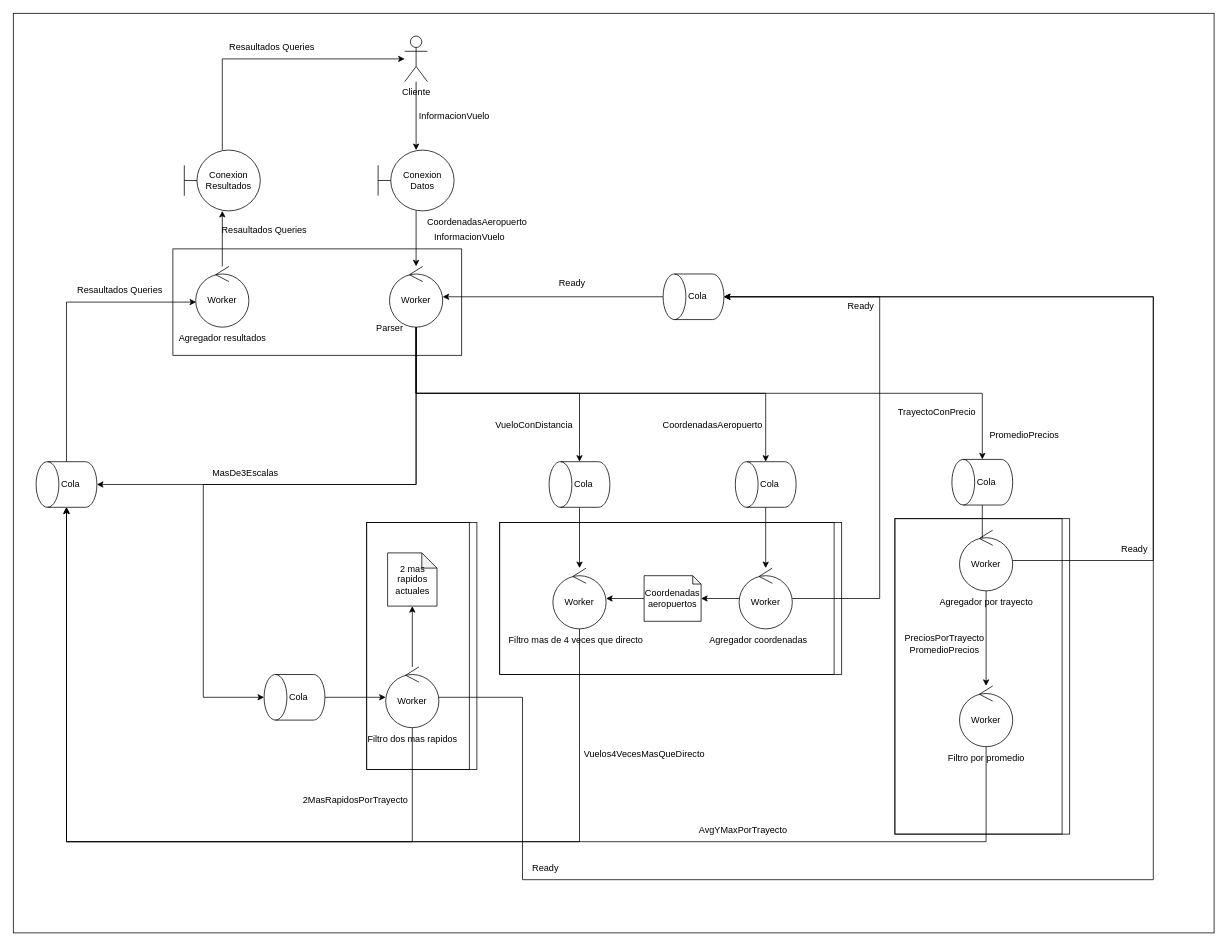
Above: page "DiagramaRobustez" (2 of 4) of docs/diagramas/DAG_ROB_DESP.drawio in FranciscoPereira987/tp1-distribuidos-grupo5 (draw.io), before the change. Source tidied: cells renumbered, new cells numbered last; positions are measured from the earlier drawing's top-left corner, leaving out a move shared by most shapes. Both pictures are drawn from the tidied source at 76%, with x=0, y=0 at pixel (13, 13).
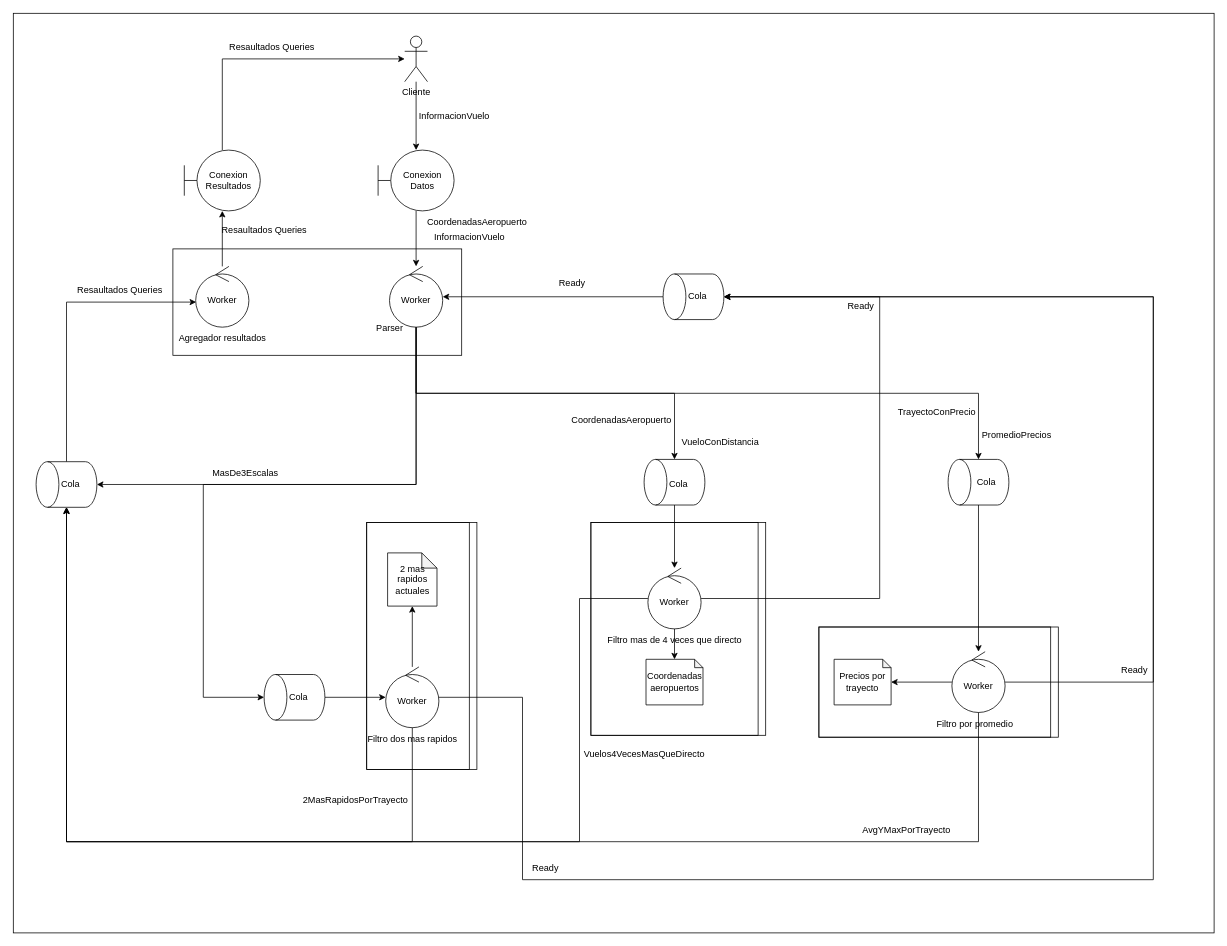
The same diagram, later.

Commit message (it also covers changes not shown here):
fix diagrama robustez

Unchanged cells that the change refers to:
```xml
<mxCell id="20" style="shape=cylinder3;whiteSpace=wrap;html=1;boundedLbl=1;backgroundOutline=1;size=15;rotation=-90;" parent="1" vertex="1">
  <mxGeometry x="40" y="580" width="60" height="80" as="geometry" />
</mxCell>
<mxCell id="28" value="Worker" style="ellipse;shape=umlControl;whiteSpace=wrap;html=1;" parent="1" vertex="1">
  <mxGeometry x="495" y="333" width="70" height="80" as="geometry" />
</mxCell>
<mxCell id="78" style="shape=cylinder3;whiteSpace=wrap;html=1;boundedLbl=1;backgroundOutline=1;size=15;rotation=-90;" parent="1" vertex="1">
  <mxGeometry x="865" y="333" width="60" height="80" as="geometry" />
</mxCell>
```

Change to the diagram source:
```diff
@@
+    <mxCell id="5" style="rounded=0;whiteSpace=wrap;html=1;fillColor=none;" parent="1" vertex="1">
+      <mxGeometry x="1060" y="807.5" width="315" height="145" as="geometry" />
+    </mxCell>
@@
     <mxCell id="4" style="rounded=0;whiteSpace=wrap;html=1;fillColor=none;" parent="1" vertex="1">
-      <mxGeometry x="1160" y="665" width="220" height="415" as="geometry" />
+      <mxGeometry x="1060" y="807.5" width="305" height="145" as="geometry" />
     </mxCell>
-    <mxCell id="5" style="rounded=0;whiteSpace=wrap;html=1;fillColor=none;" parent="1" vertex="1">
-      <mxGeometry x="1160" y="665" width="230" height="415" as="geometry" />
-    </mxCell>
@@
     <mxCell id="8" style="rounded=0;whiteSpace=wrap;html=1;fillColor=none;" parent="1" vertex="1">
-      <mxGeometry x="640" y="670" width="440" height="200" as="geometry" />
+      <mxGeometry x="760" y="670" width="230" height="280" as="geometry" />
     </mxCell>
     <mxCell id="9" style="rounded=0;whiteSpace=wrap;html=1;fillColor=none;" parent="1" vertex="1">
-      <mxGeometry x="640" y="670" width="450" height="200" as="geometry" />
+      <mxGeometry x="760" y="670" width="220" height="280" as="geometry" />
     </mxCell>
@@
-    <mxCell id="13" style="edgeStyle=orthogonalEdgeStyle;rounded=0;jettySize=auto;html=1;" parent="1" edge="1" source="35">
-      <mxGeometry relative="1" as="geometry">
-        <mxPoint x="1275" y="750" as="targetPoint" />
-      </mxGeometry>
+    <mxCell id="13" style="edgeStyle=orthogonalEdgeStyle;rounded=0;jettySize=auto;html=1;" parent="1" edge="1" source="35" target="31">
+      <mxGeometry relative="1" as="geometry" />
     </mxCell>
     <mxCell id="14" value="Filtro mas de 4 veces que directo" style="text;html=1;align=center;verticalAlign=middle;strokeColor=none;fillColor=none;" parent="1" vertex="1">
-      <mxGeometry x="650" y="810" width="180" height="30" as="geometry" />
+      <mxGeometry x="780" y="810" width="180" height="30" as="geometry" />
     </mxCell>
-    <mxCell id="15" value="Agregador por trayecto" style="text;html=1;align=center;verticalAlign=middle;strokeColor=none;fillColor=none;" parent="1" vertex="1">
-      <mxGeometry x="1210" y="760" width="140" height="30" as="geometry" />
-    </mxCell>
@@
     <mxCell id="23" value="Coordenadas aeropuertos" style="shape=note;whiteSpace=wrap;html=1;backgroundOutline=1;darkOpacity=0.05;size=11;" parent="1" vertex="1">
-      <mxGeometry x="830" y="740" width="75" height="60" as="geometry" />
+      <mxGeometry x="832.5" y="850" width="75" height="60" as="geometry" />
     </mxCell>
@@
     <mxCell id="26" value="VueloConDistancia" style="text;html=1;align=center;verticalAlign=middle;strokeColor=none;fillColor=none;" parent="1" vertex="1">
-      <mxGeometry x="625" y="527" width="120" height="30" as="geometry" />
+      <mxGeometry x="870" y="550" width="120" height="30" as="geometry" />
     </mxCell>
@@
-    <mxCell id="30" value="Worker" style="ellipse;shape=umlControl;whiteSpace=wrap;html=1;" parent="1" vertex="1">
-      <mxGeometry x="710" y="730" width="70" height="80" as="geometry" />
-    </mxCell>
+    <mxCell id="85" style="edgeStyle=orthogonalEdgeStyle;rounded=0;jettySize=auto;html=1;" parent="1" edge="1" source="31" target="86">
+      <mxGeometry relative="1" as="geometry" />
+    </mxCell>
     <mxCell id="31" value="Worker" style="ellipse;shape=umlControl;whiteSpace=wrap;html=1;" parent="1" vertex="1">
-      <mxGeometry x="1245" y="680" width="70" height="80" as="geometry" />
+      <mxGeometry x="1235" y="840" width="70" height="80" as="geometry" />
     </mxCell>
-    <mxCell id="32" style="edgeStyle=orthogonalEdgeStyle;rounded=0;jettySize=auto;html=1;" parent="1" edge="1" source="33" target="30">
-      <mxGeometry relative="1" as="geometry" />
+    <mxCell id="32" style="edgeStyle=orthogonalEdgeStyle;rounded=0;jettySize=auto;html=1;" parent="1" edge="1" source="33" target="61">
+      <mxGeometry relative="1" as="geometry">
+        <Array as="points">
+          <mxPoint x="860" y="620" />
+        </Array>
+      </mxGeometry>
     </mxCell>
     <mxCell id="33" style="shape=cylinder3;whiteSpace=wrap;html=1;boundedLbl=1;backgroundOutline=1;size=15;rotation=-90;" parent="1" vertex="1">
-      <mxGeometry x="715" y="580" width="60" height="80" as="geometry" />
+      <mxGeometry x="840" y="577" width="60" height="80" as="geometry" />
     </mxCell>
     <mxCell id="34" value="Cola" style="text;html=1;align=center;verticalAlign=middle;strokeColor=none;fillColor=none;" parent="1" vertex="1">
-      <mxGeometry x="725" y="605" width="50" height="30" as="geometry" />
+      <mxGeometry x="850" y="605" width="50" height="30" as="geometry" />
     </mxCell>
     <mxCell id="35" style="shape=cylinder3;whiteSpace=wrap;html=1;boundedLbl=1;backgroundOutline=1;size=15;rotation=-90;" parent="1" vertex="1">
-      <mxGeometry x="1245" y="577" width="60" height="80" as="geometry" />
+      <mxGeometry x="1240" y="577" width="60" height="80" as="geometry" />
     </mxCell>
@@
     <mxCell id="39" style="endArrow=classic;html=1;rounded=0;" parent="1" edge="1" source="28" target="33">
       <mxGeometry relative="1" as="geometry">
         <Array as="points">
           <mxPoint x="530" y="500" />
-          <mxPoint x="745" y="500" />
+          <mxPoint x="870" y="500" />
         </Array>
       </mxGeometry>
     </mxCell>
     <mxCell id="40" style="endArrow=classic;html=1;rounded=0;" parent="1" edge="1" source="28" target="35">
       <mxGeometry relative="1" as="geometry">
         <Array as="points">
           <mxPoint x="530" y="500" />
-          <mxPoint x="1275" y="500" />
+          <mxPoint x="1270" y="500" />
         </Array>
       </mxGeometry>
     </mxCell>
@@
-    <mxCell id="43" style="endArrow=classic;html=1;rounded=0;" parent="1" edge="1" source="30" target="20">
+    <mxCell id="43" style="endArrow=classic;html=1;rounded=0;" parent="1" edge="1" source="61" target="20">
       <mxGeometry relative="1" as="geometry">
         <Array as="points">
+          <mxPoint x="745" y="770" />
           <mxPoint x="745" y="1090" />
           <mxPoint x="70" y="1090" />
         </Array>
       </mxGeometry>
     </mxCell>
@@
     <mxCell id="56" value="CoordenadasAeropuerto" style="text;html=1;align=center;verticalAlign=middle;strokeColor=none;fillColor=none;" parent="1" vertex="1">
-      <mxGeometry x="850" y="527" width="140" height="30" as="geometry" />
+      <mxGeometry x="730" y="520" width="140" height="30" as="geometry" />
     </mxCell>
-    <mxCell id="57" style="shape=cylinder3;whiteSpace=wrap;html=1;boundedLbl=1;backgroundOutline=1;size=15;rotation=-90;" parent="1" vertex="1">
-      <mxGeometry x="960" y="580" width="60" height="80" as="geometry" />
-    </mxCell>
-    <mxCell id="58" value="Cola" style="text;html=1;align=center;verticalAlign=middle;strokeColor=none;fillColor=none;" parent="1" vertex="1">
-      <mxGeometry x="970" y="605" width="50" height="30" as="geometry" />
-    </mxCell>
-    <mxCell id="59" style="endArrow=classic;html=1;rounded=0;" parent="1" edge="1" source="28" target="57">
-      <mxGeometry relative="1" as="geometry">
-        <Array as="points">
-          <mxPoint x="530" y="500" />
-          <mxPoint x="990" y="500" />
-        </Array>
-      </mxGeometry>
-    </mxCell>
-    <mxCell id="60" style="edgeStyle=orthogonalEdgeStyle;rounded=0;jettySize=auto;html=1;" parent="1" edge="1" source="23" target="30">
-      <mxGeometry relative="1" as="geometry">
-        <Array as="points">
-          <mxPoint x="848" y="770" />
-        </Array>
-      </mxGeometry>
-    </mxCell>
     <mxCell id="61" value="Worker" style="ellipse;shape=umlControl;whiteSpace=wrap;html=1;" parent="1" vertex="1">
-      <mxGeometry x="955" y="730" width="70" height="80" as="geometry" />
+      <mxGeometry x="835" y="730" width="70" height="80" as="geometry" />
     </mxCell>
-    <mxCell id="62" style="edgeStyle=orthogonalEdgeStyle;rounded=0;jettySize=auto;html=1;" parent="1" edge="1" source="57" target="61">
-      <mxGeometry relative="1" as="geometry" />
-    </mxCell>
-    <mxCell id="63" style="edgeStyle=orthogonalEdgeStyle;rounded=0;jettySize=auto;html=1;" parent="1" edge="1" source="61" target="23">
-      <mxGeometry relative="1" as="geometry" />
-    </mxCell>
-    <mxCell id="64" value="Agregador coordenadas" style="text;html=1;align=center;verticalAlign=middle;strokeColor=none;fillColor=none;" parent="1" vertex="1">
-      <mxGeometry x="905" y="810" width="150" height="30" as="geometry" />
-    </mxCell>
     <mxCell id="65" value="Filtro por promedio" style="text;html=1;align=center;verticalAlign=middle;strokeColor=none;fillColor=none;" parent="1" vertex="1">
-      <mxGeometry x="1220" y="965" width="120" height="30" as="geometry" />
+      <mxGeometry x="1205" y="920" width="120" height="30" as="geometry" />
     </mxCell>
-    <mxCell id="66" value="Worker" style="ellipse;shape=umlControl;whiteSpace=wrap;html=1;" parent="1" vertex="1">
-      <mxGeometry x="1245" y="885" width="70" height="80" as="geometry" />
-    </mxCell>
-    <mxCell id="67" style="edgeStyle=orthogonalEdgeStyle;rounded=0;jettySize=auto;html=1;" parent="1" edge="1" source="31" target="66">
-      <mxGeometry relative="1" as="geometry" />
-    </mxCell>
     <mxCell id="68" value="PromedioPrecios" style="text;html=1;align=center;verticalAlign=middle;strokeColor=none;fillColor=none;" parent="1" vertex="1">
-      <mxGeometry x="1275" y="540" width="110" height="30" as="geometry" />
+      <mxGeometry x="1265" y="540" width="110" height="30" as="geometry" />
     </mxCell>
@@
-    <mxCell id="70" style="endArrow=classic;html=1;rounded=0;" parent="1" edge="1" source="66" target="20">
+    <mxCell id="70" style="endArrow=classic;html=1;rounded=0;" parent="1" edge="1" source="31" target="20">
       <mxGeometry relative="1" as="geometry">
         <Array as="points">
-          <mxPoint x="1280" y="1090" />
+          <mxPoint x="1270" y="1090" />
           <mxPoint x="70" y="1090" />
         </Array>
       </mxGeometry>
     </mxCell>
-    <mxCell id="71" value="&lt;div&gt;PreciosPorTrayecto&lt;/div&gt;&lt;div&gt;PromedioPrecios&lt;br&gt;&lt;/div&gt;" style="text;html=1;align=center;verticalAlign=middle;strokeColor=none;fillColor=none;" parent="1" vertex="1">
-      <mxGeometry x="1160" y="810" width="130" height="40" as="geometry" />
-    </mxCell>
     <mxCell id="72" value="AvgYMaxPorTrayecto" style="text;html=1;align=center;verticalAlign=middle;strokeColor=none;fillColor=none;" parent="1" vertex="1">
-      <mxGeometry x="890" y="1060" width="140" height="30" as="geometry" />
+      <mxGeometry x="1105" y="1060" width="140" height="30" as="geometry" />
     </mxCell>
@@
     <mxCell id="76" style="endArrow=classic;html=1;rounded=0;entryX=0.5;entryY=1;entryDx=0;entryDy=0;entryPerimeter=0;" parent="1" edge="1" source="31" target="78">
       <mxGeometry relative="1" as="geometry">
         <Array as="points">
-          <mxPoint x="1500" y="720" />
+          <mxPoint x="1500" y="880" />
           <mxPoint x="1500" y="373" />
         </Array>
       </mxGeometry>
     </mxCell>
@@
     <mxCell id="82" value="Ready" style="text;html=1;align=center;verticalAlign=middle;strokeColor=none;fillColor=none;" parent="1" vertex="1">
-      <mxGeometry x="1450" y="690" width="50" height="30" as="geometry" />
+      <mxGeometry x="1450" y="850" width="50" height="30" as="geometry" />
     </mxCell>
@@
+    <mxCell id="63" style="edgeStyle=orthogonalEdgeStyle;rounded=0;jettySize=auto;html=1;" parent="1" edge="1" source="61" target="23">
+      <mxGeometry relative="1" as="geometry" />
+    </mxCell>
+    <mxCell id="86" value="Precios por trayecto" style="shape=note;whiteSpace=wrap;html=1;backgroundOutline=1;darkOpacity=0.05;size=11;" parent="1" vertex="1">
+      <mxGeometry x="1080" y="850" width="75" height="60" as="geometry" />
+    </mxCell>
```
